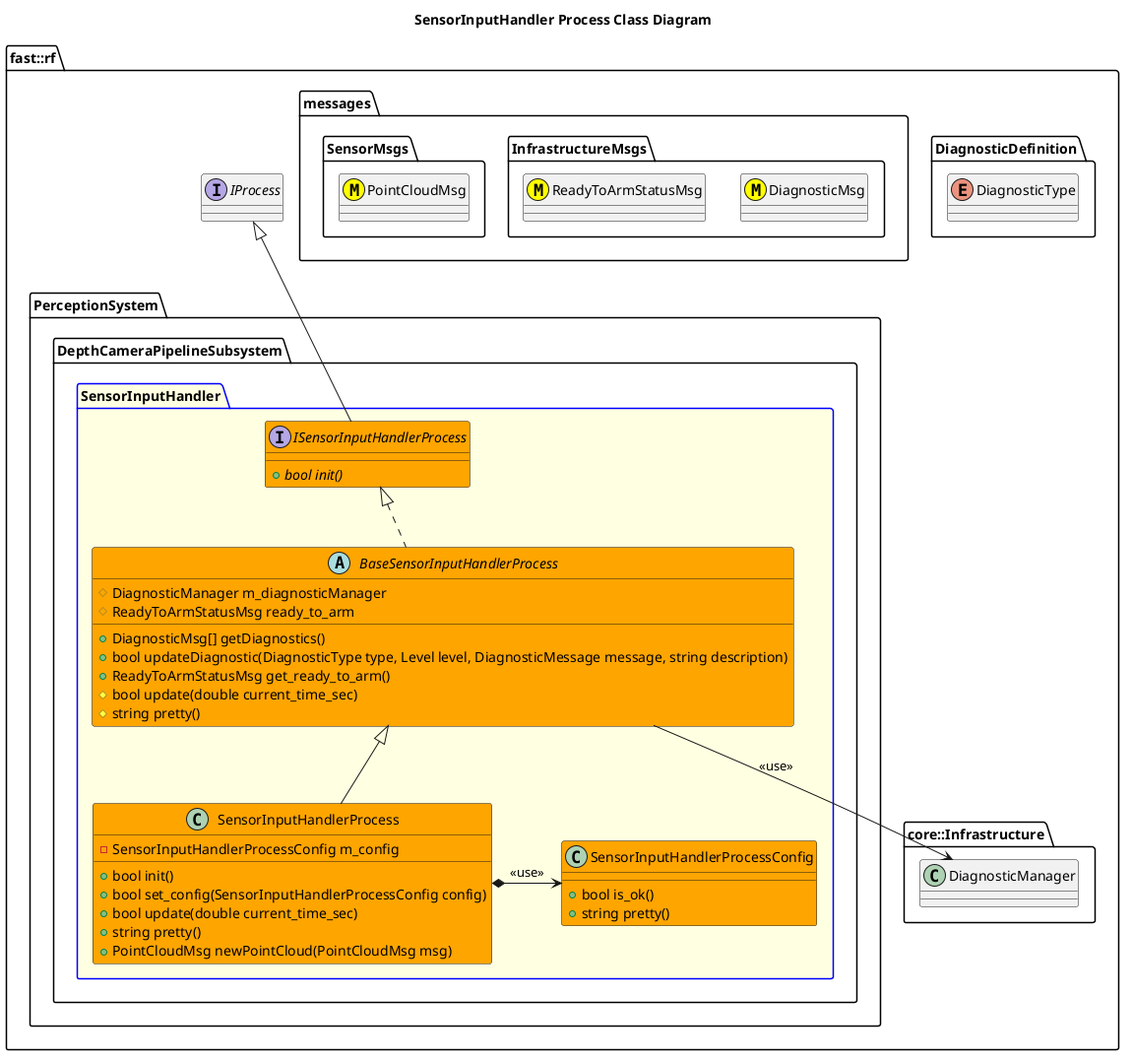
The PlantUML diagram Systems/Perception/Subsystems/DepthCameraPipeline/Processes/SensorInputHandler/doc/puml/SensorInputHandlerProcessClassDiagram.png in fastrobotics/robot_framework, before a commit.
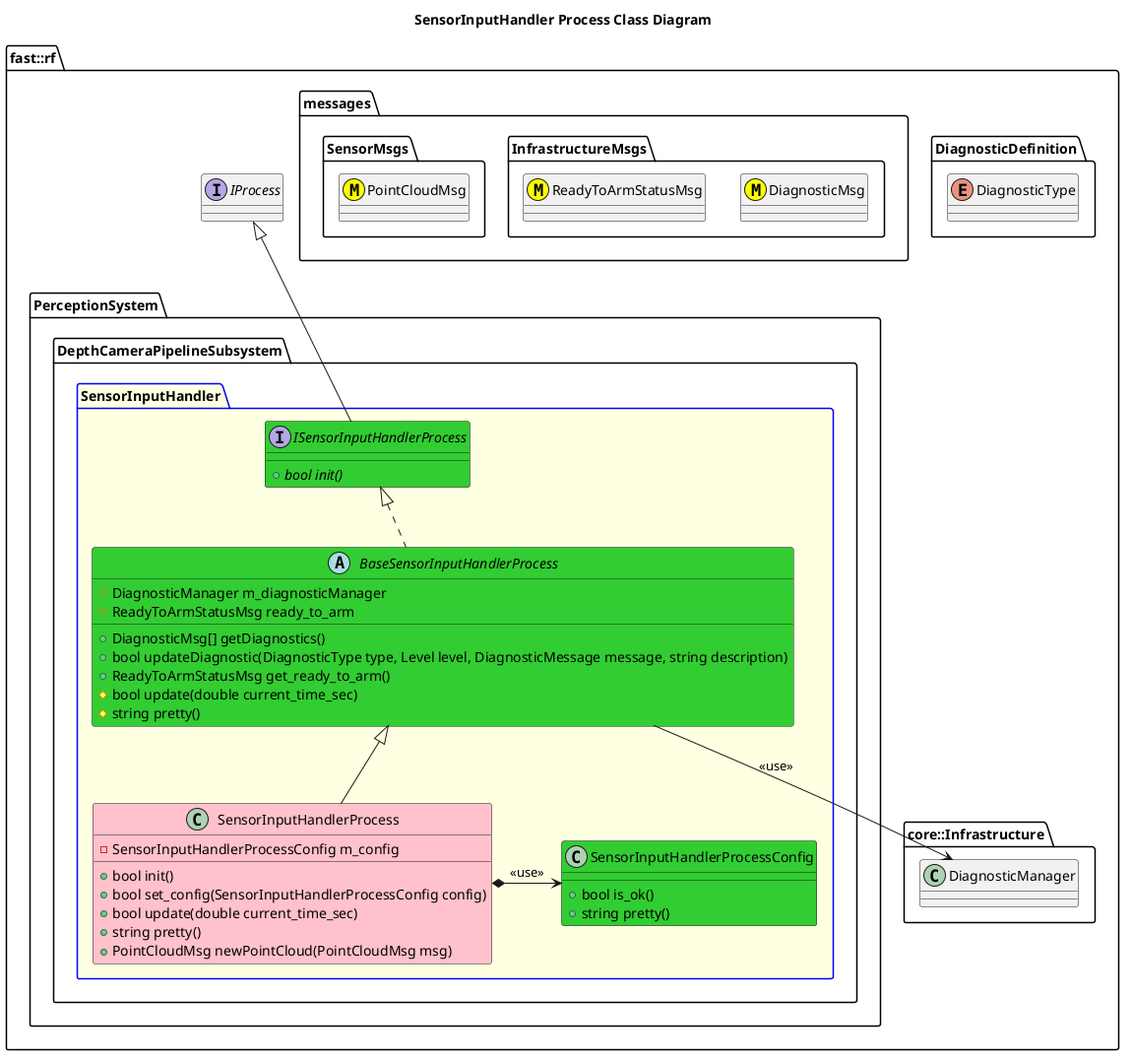
The same file after the commit.

The edit, as a diff of the source:
```diff
@@ -22,11 +22,11 @@
         namespace DepthCameraPipelineSubsystem {
             package SensorInputHandler #LightYellow;line:blue {
 
-                interface ISensorInputHandlerProcess #Orange {
+                interface ISensorInputHandlerProcess #LimeGreen {
                     +{abstract} bool init()
                 }
                 ISensorInputHandlerProcess -up-|> IProcess
-                abstract BaseSensorInputHandlerProcess #Orange {
+                abstract BaseSensorInputHandlerProcess #LimeGreen {
                     +DiagnosticMsg[] getDiagnostics()
                     +bool updateDiagnostic(DiagnosticType type, Level level, DiagnosticMessage message, string description)
                     +ReadyToArmStatusMsg get_ready_to_arm()
@@ -38,11 +38,11 @@
                 }
                 BaseSensorInputHandlerProcess .up.|> ISensorInputHandlerProcess
                 BaseSensorInputHandlerProcess --> DiagnosticManager: <<use>>
-                class SensorInputHandlerProcessConfig #Orange {
+                class SensorInputHandlerProcessConfig #LimeGreen {
                     +bool is_ok()
                     +string pretty()
                 }
-                class SensorInputHandlerProcess #Orange {
+                class SensorInputHandlerProcess #Pink {
                     +bool init()
                     +bool set_config(SensorInputHandlerProcessConfig config)
                     +bool update(double current_time_sec)
```
